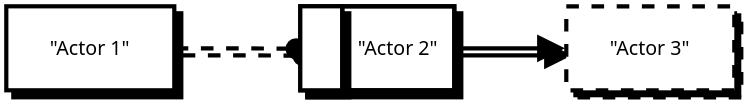
Caue-Aron/Articles-And-Guides keeps this draw.io diagram as linked-list.svg. Above is the earlier version. Source tidied: cells renumbered, new cells last; positions are measured from the earlier drawing's top-left corner, leaving out a move shared by most shapes.
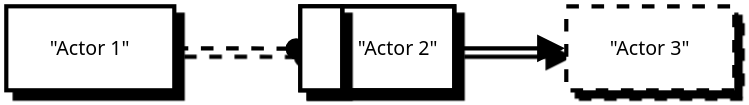
Later version of the same file.

What changed in the source:
```diff
@@ -2,25 +2,25 @@
   <root>
     <mxCell id="0" />
     <mxCell id="1" parent="0" />
-    <mxCell id="2" style="rounded=0;whiteSpace=wrap;html=1;strokeColor=light-dark(#000000,#D7C9A3);fillColor=light-dark(#FFFFFF,#1C2020);strokeWidth=3;fontFamily=Segoe UI;perimeterSpacing=1;fontSize=14;shadow=1;shadowColor=light-dark(#000000,#372839);shadowOpacity=100;shadowOffsetY=5;shadowBlur=0;shadowOffsetX=5;" parent="1" vertex="1">
+    <mxCell id="2" style="rounded=0;whiteSpace=wrap;html=1;strokeColor=light-dark(#000000,#D7C9A3);fillColor=light-dark(#FFFFFF,#1C2020);strokeWidth=3;fontFamily=Segoe UI;perimeterSpacing=1;fontSize=14;shadow=1;shadowColor=light-dark(#000000,#3C2D3E);shadowOpacity=100;shadowOffsetY=6;shadowBlur=0;shadowOffsetX=6;" parent="1" vertex="1">
       <mxGeometry x="210" width="110" height="60" as="geometry" />
     </mxCell>
-    <mxCell id="3" value="&quot;Actor 1&quot;" style="rounded=0;whiteSpace=wrap;html=1;strokeColor=light-dark(#000000,#89A136);fillColor=light-dark(#FFFFFF,#282824);strokeWidth=3;fontFamily=Segoe UI;perimeterSpacing=1;fontSize=14;shadow=1;shadowColor=light-dark(#000000,#372839);shadowOpacity=100;shadowOffsetY=5;shadowBlur=0;shadowOffsetX=5;" parent="1" vertex="1">
+    <mxCell id="3" value="&quot;Actor 1&quot;" style="rounded=0;whiteSpace=wrap;html=1;strokeColor=light-dark(#000000,#89A136);fillColor=light-dark(#FFFFFF,#282824);strokeWidth=3;fontFamily=Segoe UI;perimeterSpacing=1;fontSize=14;shadow=1;shadowColor=light-dark(#000000,#3C2D3E);shadowOpacity=100;shadowOffsetY=6;shadowBlur=0;shadowOffsetX=6;" parent="1" vertex="1">
       <mxGeometry width="120" height="60" as="geometry" />
     </mxCell>
-    <mxCell id="4" style="edgeStyle=orthogonalEdgeStyle;rounded=0;jettySize=auto;html=1;endArrow=oval;endFill=1;endSize=12;strokeColor=light-dark(#000000,#89A136);strokeWidth=3;shadow=1;shadowColor=light-dark(#000000,#372839);shadowOpacity=100;shadowBlur=0;shadowOffsetY=5;shadowOffsetX=5;dashed=1;entryX=-0.018;entryY=0.505;entryDx=0;entryDy=0;entryPerimeter=0;" parent="1" edge="1" source="3" target="2">
+    <mxCell id="4" style="edgeStyle=orthogonalEdgeStyle;rounded=0;jettySize=auto;html=1;endArrow=oval;endFill=1;endSize=12;strokeColor=light-dark(#000000,#89A136);strokeWidth=3;shadow=1;shadowColor=light-dark(#000000,#3C2D3E);shadowOpacity=100;shadowBlur=0;shadowOffsetY=6;shadowOffsetX=6;dashed=1;entryX=-0.018;entryY=0.505;entryDx=0;entryDy=0;entryPerimeter=0;" parent="1" edge="1" source="3" target="2">
       <mxGeometry relative="1" as="geometry" />
     </mxCell>
-    <mxCell id="5" style="edgeStyle=orthogonalEdgeStyle;rounded=0;jettySize=auto;html=1;entryX=0;entryY=0.5;entryDx=0;entryDy=0;endArrow=block;endFill=1;endSize=12;exitX=1;exitY=0.5;exitDx=0;exitDy=0;strokeColor=light-dark(#000000,#D7C9A3);strokeWidth=3;shadow=1;shadowColor=light-dark(#000000,#372839);shadowOpacity=100;shadowBlur=0;shadowOffsetY=5;shadowOffsetX=5;" parent="1" edge="1" source="7" target="8">
+    <mxCell id="5" style="edgeStyle=orthogonalEdgeStyle;rounded=0;jettySize=auto;html=1;entryX=0;entryY=0.5;entryDx=0;entryDy=0;endArrow=block;endFill=1;endSize=12;exitX=1;exitY=0.5;exitDx=0;exitDy=0;strokeColor=light-dark(#000000,#D7C9A3);strokeWidth=3;shadow=1;shadowColor=light-dark(#000000,#3C2D3E);shadowOpacity=100;shadowBlur=0;shadowOffsetY=6;shadowOffsetX=6;" parent="1" edge="1" source="7" target="8">
       <mxGeometry relative="1" as="geometry" />
     </mxCell>
-    <mxCell id="6" style="rounded=0;whiteSpace=wrap;html=1;strokeColor=light-dark(#000000,#D7C9A3);fillColor=light-dark(#FFFFFF,#D7C9A3);strokeWidth=3;fontFamily=Segoe UI;perimeterSpacing=1;fontSize=14;shadow=1;shadowColor=light-dark(#000000,#372839);shadowOpacity=100;shadowOffsetY=5;shadowBlur=0;shadowOffsetX=5;" parent="1" vertex="1">
+    <mxCell id="6" style="rounded=0;whiteSpace=wrap;html=1;strokeColor=light-dark(#000000,#D7C9A3);fillColor=light-dark(#FFFFFF,#D7C9A3);strokeWidth=3;fontFamily=Segoe UI;perimeterSpacing=1;fontSize=14;shadow=1;shadowColor=light-dark(#000000,#3C2D3E);shadowOpacity=100;shadowOffsetY=6;shadowBlur=0;shadowOffsetX=6;" parent="1" vertex="1">
       <mxGeometry x="210" width="30" height="60" as="geometry" />
     </mxCell>
     <mxCell id="7" value="&quot;Actor 2&quot;" style="rounded=0;whiteSpace=wrap;html=1;strokeColor=light-dark(#000000,#D7C9A3);fillColor=none;strokeWidth=3;fontFamily=Segoe UI;perimeterSpacing=1;fontSize=14;shadow=0;shadowColor=light-dark(#000000,#272C3C);shadowOpacity=100;shadowOffsetY=3;shadowBlur=0;shadowOffsetX=3;" parent="1" vertex="1">
       <mxGeometry x="240" width="80" height="60" as="geometry" />
     </mxCell>
-    <mxCell id="8" value="&quot;Actor 3&quot;" style="rounded=0;whiteSpace=wrap;html=1;strokeColor=light-dark(#000000,#DF5D49);fillColor=light-dark(#FFFFFF,#282524);strokeWidth=3;fontFamily=Segoe UI;perimeterSpacing=1;textShadow=0;fontSize=14;shadow=1;shadowColor=light-dark(#000000,#372839);shadowOpacity=100;shadowOffsetY=5;shadowBlur=0;shadowOffsetX=5;dashed=1;" parent="1" vertex="1">
+    <mxCell id="8" value="&quot;Actor 3&quot;" style="rounded=0;whiteSpace=wrap;html=1;strokeColor=light-dark(#000000,#DF5D49);fillColor=light-dark(#FFFFFF,#282524);strokeWidth=3;fontFamily=Segoe UI;perimeterSpacing=1;textShadow=0;fontSize=14;shadow=1;shadowColor=light-dark(#000000,#3C2D3E);shadowOpacity=100;shadowOffsetY=6;shadowBlur=0;shadowOffsetX=6;dashed=1;" parent="1" vertex="1">
       <mxGeometry x="400" width="120" height="60" as="geometry" />
     </mxCell>
   </root>
```
